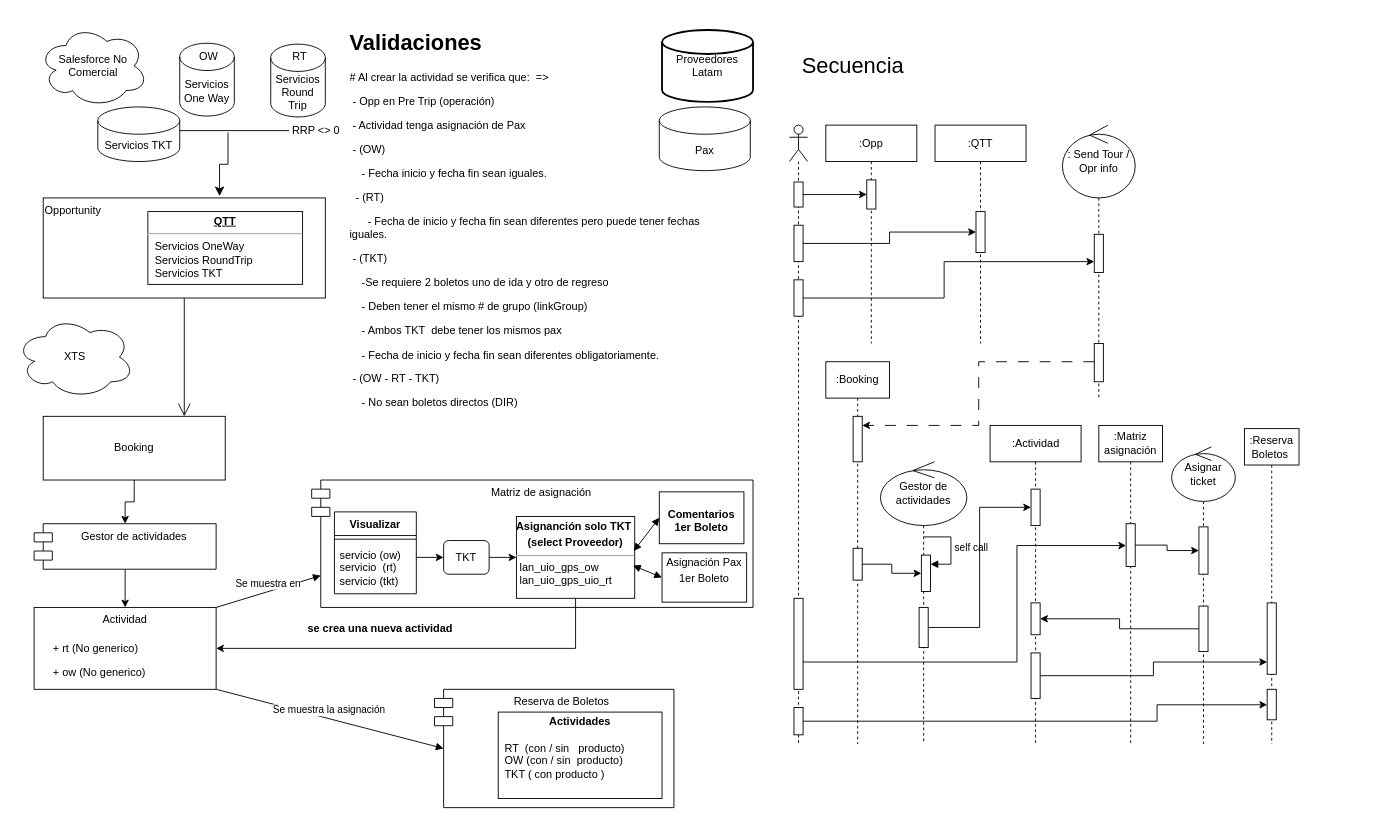
TecladoZurdo/UML keeps this draw.io diagram as OneWay - RoundTrip.drawio. Above is the earlier version. Source tidied: cells renumbered, new cells numbered last; positions are measured from the earlier drawing's top-left corner, leaving out a move shared by most shapes. Both pictures are drawn from the tidied source at 91%, with x=0, y=0 at pixel (15, 25).
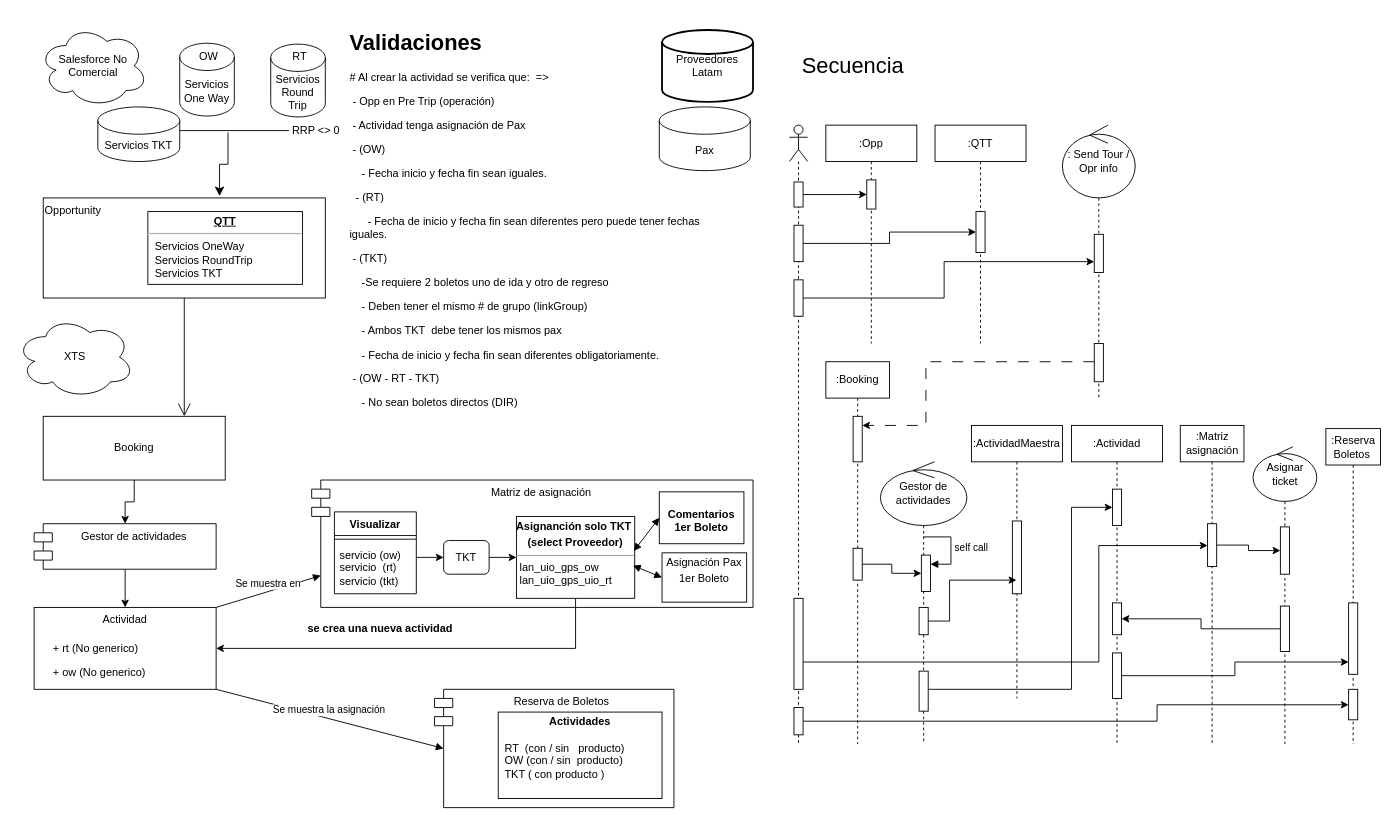
Above is the later version.

The change refers to these unchanged cells:
```xml
<mxCell id="43" style="html=1;points=[[0,0,0,0,5],[0,1,0,0,-5],[1,0,0,0,5],[1,1,0,0,-5]];perimeter=orthogonalPerimeter;outlineConnect=0;targetShapes=umlLifeline;portConstraint=eastwest;newEdgeStyle={&quot;curved&quot;:0,&quot;rounded&quot;:0};" parent="39" vertex="1">
  <mxGeometry x="5" y="520" width="10" height="100" as="geometry" />
</mxCell>
<mxCell id="48" style="html=1;points=[[0,0,0,0,5],[0,1,0,0,-5],[1,0,0,0,5],[1,1,0,0,-5]];perimeter=orthogonalPerimeter;outlineConnect=0;targetShapes=umlLifeline;portConstraint=eastwest;newEdgeStyle={&quot;curved&quot;:0,&quot;rounded&quot;:0};" parent="47" vertex="1">
  <mxGeometry x="30" y="60" width="10" height="50" as="geometry" />
</mxCell>
<mxCell id="53" style="html=1;points=[[0,0,0,0,5],[0,1,0,0,-5],[1,0,0,0,5],[1,1,0,0,-5]];perimeter=orthogonalPerimeter;outlineConnect=0;targetShapes=umlLifeline;portConstraint=eastwest;newEdgeStyle={&quot;curved&quot;:0,&quot;rounded&quot;:0};" parent="51" vertex="1">
  <mxGeometry x="35" y="240" width="10" height="42" as="geometry" />
</mxCell>
<mxCell id="54" value="Gestor de actividades" style="shape=umlLifeline;perimeter=lifelinePerimeter;whiteSpace=wrap;html=1;newEdgeStyle={&quot;curved&quot;:0,&quot;rounded&quot;:0};participant=umlControl;size=70;" parent="1" vertex="1">
  <mxGeometry x="950" y="480" width="95" height="310" as="geometry" />
</mxCell>
<mxCell id="59" style="html=1;points=[[0,0,0,0,5],[0,1,0,0,-5],[1,0,0,0,5],[1,1,0,0,-5]];perimeter=orthogonalPerimeter;outlineConnect=0;targetShapes=umlLifeline;portConstraint=eastwest;newEdgeStyle={&quot;curved&quot;:0,&quot;rounded&quot;:0};" parent="58" vertex="1">
  <mxGeometry x="45" y="70" width="10" height="40" as="geometry" />
</mxCell>
<mxCell id="61" style="html=1;points=[[0,0,0,0,5],[0,1,0,0,-5],[1,0,0,0,5],[1,1,0,0,-5]];perimeter=orthogonalPerimeter;outlineConnect=0;targetShapes=umlLifeline;portConstraint=eastwest;newEdgeStyle={&quot;curved&quot;:0,&quot;rounded&quot;:0};" parent="58" vertex="1">
  <mxGeometry x="45" y="250" width="10" height="50" as="geometry" />
</mxCell>
<mxCell id="63" style="html=1;points=[[0,0,0,0,5],[0,1,0,0,-5],[1,0,0,0,5],[1,1,0,0,-5]];perimeter=orthogonalPerimeter;outlineConnect=0;targetShapes=umlLifeline;portConstraint=eastwest;newEdgeStyle={&quot;curved&quot;:0,&quot;rounded&quot;:0};" parent="62" vertex="1">
  <mxGeometry x="30" y="108" width="10" height="47" as="geometry" />
</mxCell>
<mxCell id="67" style="html=1;points=[[0,0,0,0,5],[0,1,0,0,-5],[1,0,0,0,5],[1,1,0,0,-5]];perimeter=orthogonalPerimeter;outlineConnect=0;targetShapes=umlLifeline;portConstraint=eastwest;newEdgeStyle={&quot;curved&quot;:0,&quot;rounded&quot;:0};" parent="66" vertex="1">
  <mxGeometry x="25" y="191.5" width="10" height="78.5" as="geometry" />
</mxCell>
```

The edit, as a diff of the source:
```diff
@@
     <mxCell id="50" style="edgeStyle=orthogonalEdgeStyle;rounded=0;jettySize=auto;html=1;curved=0;dashed=1;dashPattern=12 12;" parent="1" edge="1" source="53" target="48">
       <mxGeometry relative="1" as="geometry">
         <Array as="points">
-          <mxPoint x="1058" y="370" />
-          <mxPoint x="1058" y="440" />
+          <mxPoint x="1000" y="370" />
+          <mxPoint x="1000" y="440" />
         </Array>
       </mxGeometry>
     </mxCell>
@@
     <mxCell id="57" style="html=1;points=[[0,0,0,0,5],[0,1,0,0,-5],[1,0,0,0,5],[1,1,0,0,-5]];perimeter=orthogonalPerimeter;outlineConnect=0;targetShapes=umlLifeline;portConstraint=eastwest;newEdgeStyle={&quot;curved&quot;:0,&quot;rounded&quot;:0};" parent="54" vertex="1">
-      <mxGeometry x="42.5" y="160" width="10" height="44" as="geometry" />
+      <mxGeometry x="42.5" y="230" width="10" height="44" as="geometry" />
     </mxCell>
+    <mxCell id="87" style="html=1;points=[[0,0,0,0,5],[0,1,0,0,-5],[1,0,0,0,5],[1,1,0,0,-5]];perimeter=orthogonalPerimeter;outlineConnect=0;targetShapes=umlLifeline;portConstraint=eastwest;newEdgeStyle={&quot;curved&quot;:0,&quot;rounded&quot;:0};" parent="54" vertex="1">
+      <mxGeometry x="42.5" y="160" width="10" height="30" as="geometry" />
+    </mxCell>
     <mxCell id="58" value=":Actividad" style="shape=umlLifeline;perimeter=lifelinePerimeter;whiteSpace=wrap;html=1;newEdgeStyle={&quot;curved&quot;:0,&quot;rounded&quot;:0};" parent="1" vertex="1">
-      <mxGeometry x="1070.5" y="440" width="100" height="350" as="geometry" />
+      <mxGeometry x="1160" y="440" width="100" height="350" as="geometry" />
     </mxCell>
@@
     <mxCell id="62" value=":Matriz asignación" style="shape=umlLifeline;perimeter=lifelinePerimeter;whiteSpace=wrap;html=1;newEdgeStyle={&quot;curved&quot;:0,&quot;rounded&quot;:0};" parent="1" vertex="1">
-      <mxGeometry x="1190" y="440" width="70" height="350" as="geometry" />
+      <mxGeometry x="1279.5" y="440" width="70" height="350" as="geometry" />
     </mxCell>
@@
     <mxCell id="65" style="edgeStyle=orthogonalEdgeStyle;rounded=0;jettySize=auto;html=1;curved=0;" parent="1" edge="1" source="57" target="59">
-      <mxGeometry relative="1" as="geometry" />
+      <mxGeometry relative="1" as="geometry">
+        <Array as="points">
+          <mxPoint x="1160" y="730" />
+          <mxPoint x="1160" y="530" />
+        </Array>
+      </mxGeometry>
     </mxCell>
     <mxCell id="66" value=":Reserva Boletos&amp;nbsp;" style="shape=umlLifeline;perimeter=lifelinePerimeter;whiteSpace=wrap;html=1;newEdgeStyle={&quot;curved&quot;:0,&quot;rounded&quot;:0};" parent="1" vertex="1">
-      <mxGeometry x="1350" y="443.5" width="60" height="346.5" as="geometry" />
+      <mxGeometry x="1439.5" y="443.5" width="60" height="346.5" as="geometry" />
     </mxCell>
@@
     <mxCell id="69" value="Asignar ticket" style="shape=umlLifeline;perimeter=lifelinePerimeter;whiteSpace=wrap;html=1;newEdgeStyle={&quot;curved&quot;:0,&quot;rounded&quot;:0};participant=umlControl;size=60;" parent="1" vertex="1">
-      <mxGeometry x="1270" y="463.5" width="70" height="326.5" as="geometry" />
+      <mxGeometry x="1359.5" y="463.5" width="70" height="326.5" as="geometry" />
     </mxCell>
@@
     <mxCell id="74" style="edgeStyle=orthogonalEdgeStyle;rounded=0;jettySize=auto;html=1;curved=0;" parent="1" edge="1" source="61" target="67">
       <mxGeometry relative="1" as="geometry">
         <Array as="points">
-          <mxPoint x="1250" y="715" />
-          <mxPoint x="1250" y="700" />
+          <mxPoint x="1339.5" y="715" />
+          <mxPoint x="1339.5" y="700" />
         </Array>
       </mxGeometry>
     </mxCell>
     <mxCell id="75" style="edgeStyle=orthogonalEdgeStyle;rounded=0;jettySize=auto;html=1;curved=0;" parent="1" edge="1" source="43" target="63">
       <mxGeometry relative="1" as="geometry">
         <Array as="points">
-          <mxPoint x="1100" y="700" />
-          <mxPoint x="1100" y="572" />
+          <mxPoint x="1190" y="700" />
+          <mxPoint x="1190" y="572" />
         </Array>
       </mxGeometry>
     </mxCell>
@@
+    <mxCell id="88" value=":ActividadMaestra" style="shape=umlLifeline;perimeter=lifelinePerimeter;whiteSpace=wrap;html=1;outlineConnect=0;portConstraint=eastwest;newEdgeStyle={&quot;curved&quot;:0,&quot;rounded&quot;:0};" parent="1" vertex="1">
+      <mxGeometry x="1050" y="440" width="100" height="300" as="geometry" />
+    </mxCell>
+    <mxCell id="89" style="html=1;perimeter=orthogonalPerimeter;targetShapes=umlLifeline;newEdgeStyle={&quot;curved&quot;:0,&quot;rounded&quot;:0};" parent="88" vertex="1">
+      <mxGeometry x="45" y="105" width="10" height="80" as="geometry" />
+    </mxCell>
+    <mxCell id="90" style="edgeStyle=orthogonalEdgeStyle;rounded=0;jettySize=auto;html=1;curved=0;" parent="1" edge="1" source="87" target="88">
+      <mxGeometry relative="1" as="geometry">
+        <Array as="points">
+          <mxPoint x="1026" y="655" />
+          <mxPoint x="1026" y="610" />
+        </Array>
+      </mxGeometry>
+    </mxCell>
```
